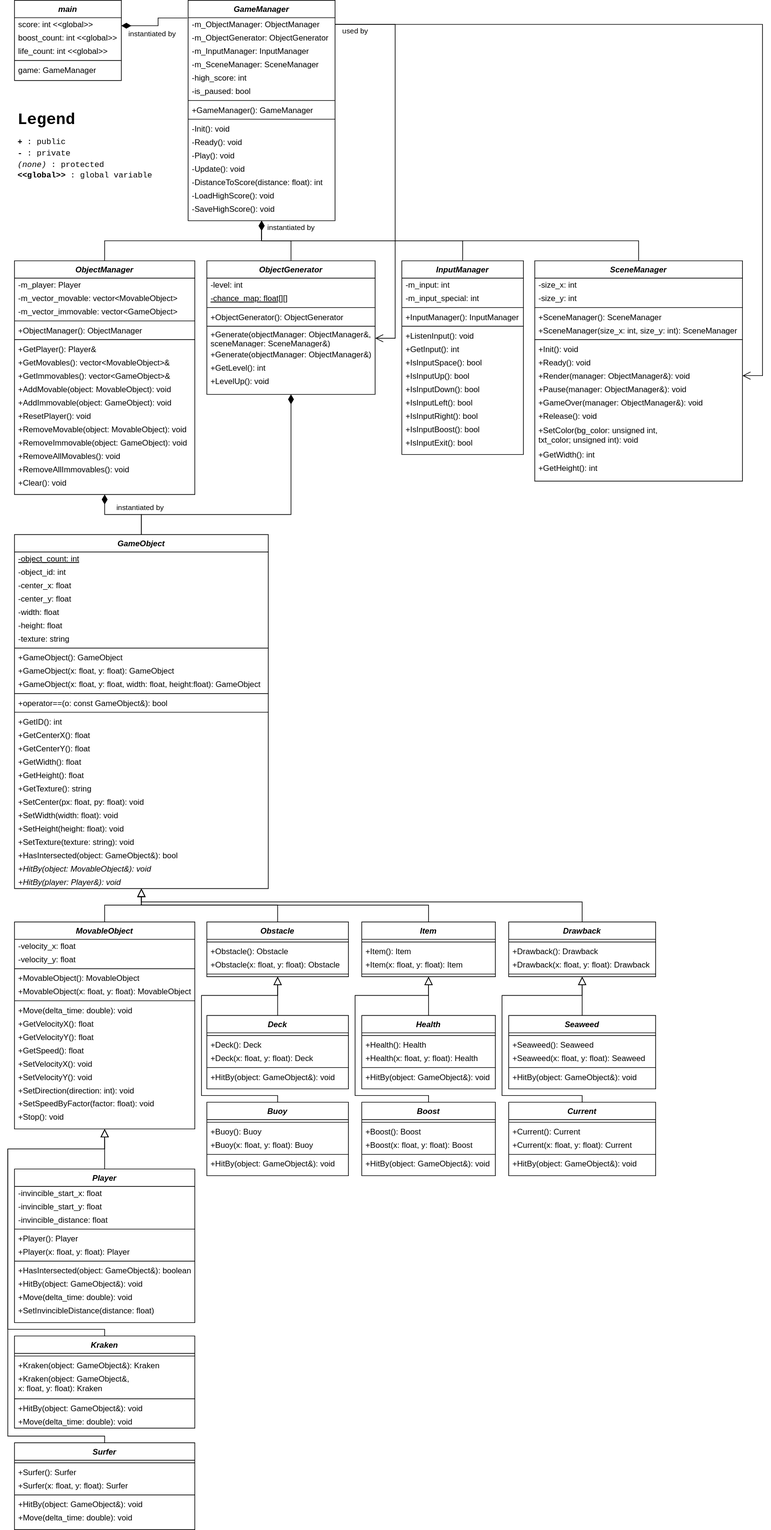
Above: docs/diagram/surfing_game_diagram.drawio.svg in bgb10/console-surfing-game (draw.io), before the change. Source tidied: cells renumbered, new cells last; positions are measured from the earlier drawing's top-left corner, leaving out a move shared by most shapes.
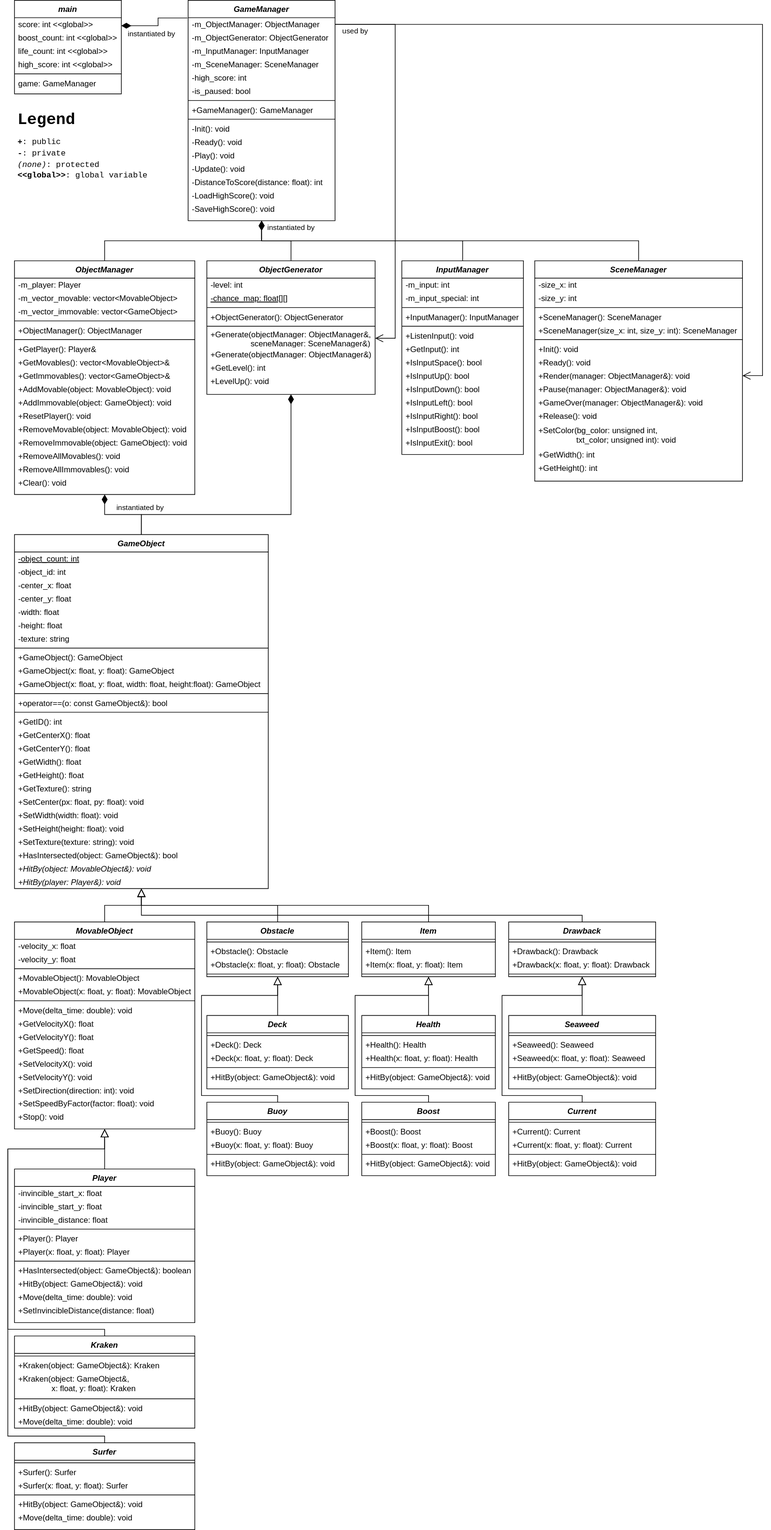
After the change.

Commit message:
modifying diagram start

What changed in the source:
```diff
@@ -3,7 +3,7 @@
     <mxCell id="0" />
     <mxCell id="1" parent="0" />
     <mxCell id="2" value="main" style="swimlane;fontStyle=3;align=center;verticalAlign=top;horizontal=1;startSize=26;rounded=0;shadow=0;strokeWidth=1;" parent="1" vertex="1">
-      <mxGeometry x="10" width="160" height="120" as="geometry" />
+      <mxGeometry x="10" width="160" height="140" as="geometry" />
     </mxCell>
     <mxCell id="3" value="score: int &lt;&lt;global&gt;&gt;" style="text;align=left;verticalAlign=middle;spacingLeft=4;spacingRight=4;overflow=hidden;imageHeight=18;" parent="2" vertex="1">
       <mxGeometry y="26" width="160" height="20" as="geometry" />
@@ -14,11 +14,14 @@
     <mxCell id="5" value="life_count: int &lt;&lt;global&gt;&gt;" style="text;align=left;verticalAlign=middle;spacingLeft=4;spacingRight=4;overflow=hidden;imageHeight=18;" parent="2" vertex="1">
       <mxGeometry y="66" width="160" height="20" as="geometry" />
     </mxCell>
+    <mxCell id="229" value="high_score: int &lt;&lt;global&gt;&gt;" style="text;align=left;verticalAlign=middle;spacingLeft=4;spacingRight=4;overflow=hidden;imageHeight=18;" parent="2" vertex="1">
+      <mxGeometry y="86" width="160" height="20" as="geometry" />
+    </mxCell>
     <mxCell id="6" style="line;html=1;strokeWidth=1;align=left;verticalAlign=middle;spacingTop=-1;spacingLeft=3;spacingRight=3;labelPosition=right;" parent="2" vertex="1">
-      <mxGeometry y="86" width="160" height="8" as="geometry" />
+      <mxGeometry y="106" width="160" height="8" as="geometry" />
     </mxCell>
     <mxCell id="7" value="game: GameManager" style="text;align=left;verticalAlign=middle;spacingLeft=4;spacingRight=4;overflow=hidden;imageHeight=18;" parent="2" vertex="1">
-      <mxGeometry y="94" width="160" height="20" as="geometry" />
+      <mxGeometry y="114" width="160" height="20" as="geometry" />
     </mxCell>
     <mxCell id="8" value="GameManager" style="swimlane;fontStyle=3;align=center;verticalAlign=top;horizontal=1;startSize=26;rounded=0;shadow=0;strokeWidth=1;" parent="1" vertex="1">
       <mxGeometry x="270" width="220" height="330" as="geometry" />
@@ -194,7 +197,8 @@
     <mxCell id="44" style="endArrow=block;endSize=10;endFill=0;shadow=0;strokeWidth=1;rounded=0;edgeStyle=elbowEdgeStyle;elbow=vertical;exitX=0.5;exitY=0;exitDx=0;exitDy=0;entryX=0.5;entryY=1;entryDx=0;entryDy=0;" parent="1" edge="1" source="172" target="201">
       <mxGeometry relative="1" as="geometry">
         <Array as="points">
-          <mxPoint x="500" y="1350" />
+          <mxPoint x="540" y="1370" />
+          <mxPoint x="530" y="1340" />
           <mxPoint x="530" y="1320" />
         </Array>
       </mxGeometry>
```
